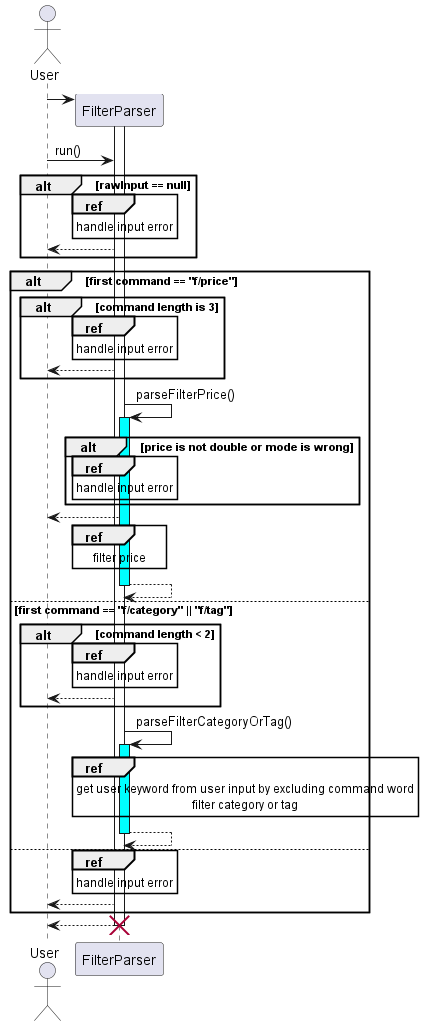
The PlantUML diagram docs/UML/Filter/FilterSequence.png in nus-cs2113-AY2223S2/tp, before a commit. Source of this version:
```plantuml
@startuml

actor User
participant FilterParser
User -> FilterParser **
activate FilterParser
User -> FilterParser: run()
alt rawInput == null
    ref over FilterParser
        handle input error
    end ref
    FilterParser --> User
end
alt first command == "f/price"
    alt command length is 3
        ref over FilterParser
            handle input error
        end ref
        FilterParser --> User
    end
    FilterParser -> FilterParser: parseFilterPrice()
    activate FilterParser #cyan
    alt price is not double or mode is wrong
        ref over FilterParser
            handle input error
        end ref
    end
    FilterParser --> User
    ref over FilterParser
        filter price
    end ref
    return
else first command == "f/category" || "f/tag"
    alt command length < 2
        ref over FilterParser
            handle input error
        end ref
        FilterParser --> User
    end
    FilterParser -> FilterParser: parseFilterCategoryOrTag()
    activate FilterParser #cyan
    ref over FilterParser
        get user keyword from user input by excluding command word
        filter category or tag
    end ref
    return
else
    ref over FilterParser
        handle input error
    end ref
    FilterParser --> User
end
return
destroy FilterParser
@enduml
```
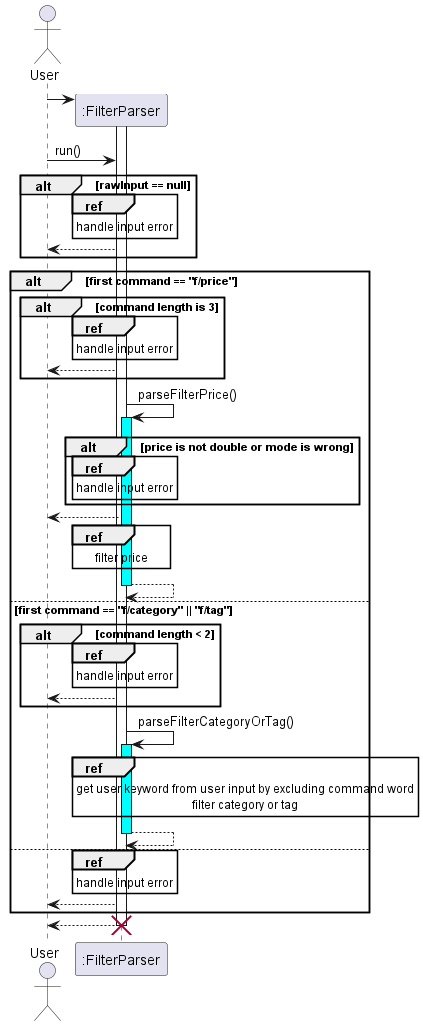
After the commit.

Diff of the diagram source:
```diff
@@ -1,55 +1,55 @@
 @startuml
 
 actor User
-participant FilterParser
-User -> FilterParser **
-activate FilterParser
-User -> FilterParser: run()
+participant ":FilterParser"
+User -> ":FilterParser" **
+activate ":FilterParser"
+User -> ":FilterParser": run()
 alt rawInput == null
-    ref over FilterParser
+    ref over ":FilterParser"
         handle input error
     end ref
-    FilterParser --> User
+    ":FilterParser" --> User
 end
 alt first command == "f/price"
     alt command length is 3
-        ref over FilterParser
+        ref over ":FilterParser"
             handle input error
         end ref
-        FilterParser --> User
+        ":FilterParser" --> User
     end
-    FilterParser -> FilterParser: parseFilterPrice()
-    activate FilterParser #cyan
+    ":FilterParser" -> ":FilterParser": parseFilterPrice()
+    activate ":FilterParser" #cyan
     alt price is not double or mode is wrong
-        ref over FilterParser
+        ref over ":FilterParser"
             handle input error
         end ref
     end
-    FilterParser --> User
-    ref over FilterParser
+    ":FilterParser" --> User
+    ref over ":FilterParser"
         filter price
     end ref
     return
 else first command == "f/category" || "f/tag"
     alt command length < 2
-        ref over FilterParser
+        ref over ":FilterParser"
             handle input error
         end ref
-        FilterParser --> User
+        ":FilterParser" --> User
     end
-    FilterParser -> FilterParser: parseFilterCategoryOrTag()
-    activate FilterParser #cyan
-    ref over FilterParser
+    ":FilterParser" -> ":FilterParser": parseFilterCategoryOrTag()
+    activate ":FilterParser" #cyan
+    ref over ":FilterParser"
         get user keyword from user input by excluding command word
         filter category or tag
     end ref
     return
 else
-    ref over FilterParser
+    ref over ":FilterParser"
         handle input error
     end ref
-    FilterParser --> User
+    ":FilterParser" --> User
 end
 return
-destroy FilterParser
+destroy ":FilterParser"
 @enduml
```
